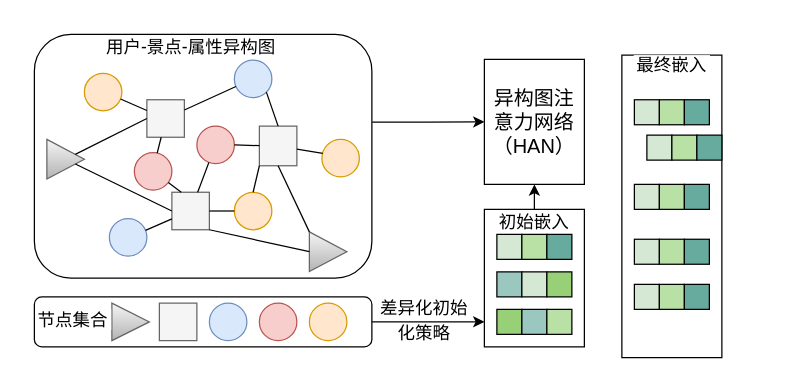
Before: 未命名绘图.drawio in BigHenryLee/LA, a draw.io diagram. Source tidied: cells renumbered, new cells numbered last; positions are measured from the earlier drawing's top-left corner, leaving out a move shared by most shapes. Both pictures are drawn from the tidied source at 125%, with x=0, y=0 at pixel (34, 34).
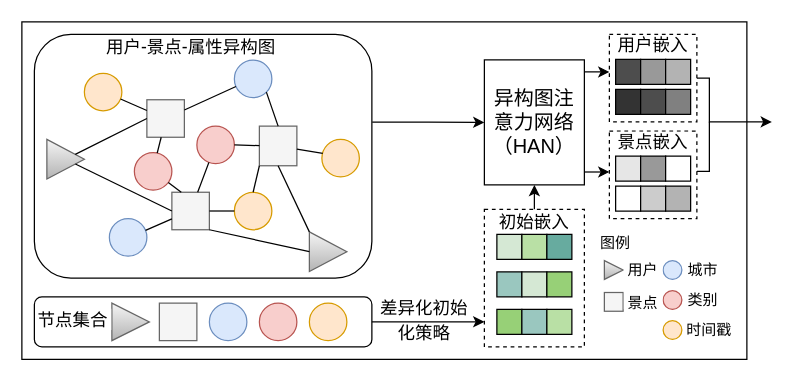
After the change.

Diff of the diagram source:
```diff
@@
+    <mxCell id="79" style="rounded=0;whiteSpace=wrap;html=1;" parent="1" vertex="1">
+      <mxGeometry x="-10" y="-10" width="580" height="270" as="geometry" />
+    </mxCell>
@@
+    <mxCell id="80" style="edgeStyle=orthogonalEdgeStyle;rounded=0;jettySize=auto;html=1;exitX=0.993;exitY=0.897;exitDx=0;exitDy=0;exitPerimeter=0;entryX=0;entryY=0.465;entryDx=0;entryDy=0;entryPerimeter=0;" parent="1" edge="1" source="4" target="89">
+      <mxGeometry relative="1" as="geometry" />
+    </mxCell>
+    <mxCell id="81" style="edgeStyle=orthogonalEdgeStyle;rounded=0;jettySize=auto;html=1;exitX=1;exitY=0.096;exitDx=0;exitDy=0;exitPerimeter=0;entryX=0;entryY=0.429;entryDx=0;entryDy=0;entryPerimeter=0;" parent="1" edge="1" source="4" target="107">
+      <mxGeometry relative="1" as="geometry" />
+    </mxCell>
     <mxCell id="4" style="rounded=0;whiteSpace=wrap;html=1;fontSize=15;" parent="1" vertex="1">
-      <mxGeometry x="360" y="20" width="80" height="100" as="geometry" />
+      <mxGeometry x="360" y="20.4" width="80" height="100" as="geometry" />
     </mxCell>
@@
-    <mxCell id="44" style="rounded=0;whiteSpace=wrap;html=1;" parent="1" vertex="1">
-      <mxGeometry x="470" y="16.6" width="80" height="242" as="geometry" />
-    </mxCell>
-    <mxCell id="45" style="rounded=0;whiteSpace=wrap;html=1;glass=0;shadow=0;" parent="1" vertex="1">
+    <mxCell id="45" style="rounded=0;whiteSpace=wrap;html=1;glass=0;shadow=0;dashed=1;" parent="1" vertex="1">
       <mxGeometry x="360" y="140" width="80" height="110" as="geometry" />
     </mxCell>
@@
-    <mxCell id="58" value="&lt;font face=&quot;宋体&quot; style=&quot;font-size: 14px;&quot;&gt;最终嵌入&lt;/font&gt;" style="rounded=0;whiteSpace=wrap;html=1;strokeColor=#FFFFFF;fontSize=16;" parent="1" vertex="1">
-      <mxGeometry x="480" y="17.1" width="60" height="14" as="geometry" />
-    </mxCell>
-    <mxCell id="59" style="group;" parent="1" vertex="1">
-      <mxGeometry x="480" y="52.3" width="60" height="20" as="geometry" />
-    </mxCell>
+    <mxCell id="82" value="&lt;font face=&quot;宋体&quot; style=&quot;font-size: 12px;&quot;&gt;图例&lt;/font&gt;" style="rounded=0;whiteSpace=wrap;html=1;strokeColor=#FFFFFF;fontSize=16;" parent="1" vertex="1">
+      <mxGeometry x="450" y="158" width="30" height="14" as="geometry" />
+    </mxCell>
+    <mxCell id="83" style="triangle;whiteSpace=wrap;html=1;fillColor=#f5f5f5;gradientColor=#b3b3b3;strokeColor=#666666;" parent="1" vertex="1">
+      <mxGeometry x="456" y="181" width="15" height="15" as="geometry" />
+    </mxCell>
+    <mxCell id="84" style="whiteSpace=wrap;html=1;fillColor=#f5f5f5;fontColor=#333333;strokeColor=#666666;" parent="1" vertex="1">
+      <mxGeometry x="456" y="206.5" width="15" height="15" as="geometry" />
+    </mxCell>
+    <mxCell id="85" style="ellipse;whiteSpace=wrap;html=1;fillColor=#dae8fc;strokeColor=#6c8ebf;" parent="1" vertex="1">
+      <mxGeometry x="503" y="181" width="15" height="15" as="geometry" />
+    </mxCell>
+    <mxCell id="86" style="ellipse;whiteSpace=wrap;html=1;fillColor=#f8cecc;strokeColor=#b85450;" parent="1" vertex="1">
+      <mxGeometry x="503" y="205" width="15" height="15" as="geometry" />
+    </mxCell>
+    <mxCell id="87" style="ellipse;whiteSpace=wrap;html=1;fillColor=#ffe6cc;strokeColor=#d79b00;" parent="1" vertex="1">
+      <mxGeometry x="503" y="229" width="15" height="15" as="geometry" />
+    </mxCell>
+    <mxCell id="88" style="group;" parent="1" vertex="1">
+      <mxGeometry x="460" y="77.4" width="70" height="70" as="geometry" />
+    </mxCell>
+    <mxCell id="89" style="rounded=0;whiteSpace=wrap;html=1;dashed=1;" parent="88" vertex="1">
+      <mxGeometry width="70" height="70" as="geometry" />
+    </mxCell>
+    <mxCell id="90" value="&lt;font face=&quot;宋体&quot; style=&quot;font-size: 14px;&quot;&gt;景点嵌入&lt;/font&gt;" style="rounded=0;whiteSpace=wrap;html=1;strokeColor=#FFFFFF;fontSize=16;" parent="88" vertex="1">
+      <mxGeometry x="5" y="1" width="60" height="14" as="geometry" />
+    </mxCell>
+    <mxCell id="91" style="group;" parent="88" vertex="1">
+      <mxGeometry x="5" y="20" width="60" height="20" as="geometry" />
+    </mxCell>
+    <mxCell id="92" style="rounded=0;whiteSpace=wrap;html=1;fillColor=#E6E6E6;strokeColor=#000000;" parent="91" vertex="1">
+      <mxGeometry width="20" height="20" as="geometry" />
+    </mxCell>
+    <mxCell id="93" style="rounded=0;whiteSpace=wrap;html=1;strokeColor=#000000;fillColor=#999999;" parent="91" vertex="1">
+      <mxGeometry x="20" width="20" height="20" as="geometry" />
+    </mxCell>
+    <mxCell id="94" style="rounded=0;whiteSpace=wrap;html=1;fillColor=#FFFFFF;" parent="91" vertex="1">
+      <mxGeometry x="40" width="20" height="20" as="geometry" />
+    </mxCell>
+    <mxCell id="95" style="group;" parent="88" vertex="1">
+      <mxGeometry x="5" y="44" width="60" height="20" as="geometry" />
+    </mxCell>
+    <mxCell id="96" style="rounded=0;whiteSpace=wrap;html=1;fillColor=#FFFFFF;strokeColor=#000000;" parent="95" vertex="1">
+      <mxGeometry width="20" height="20" as="geometry" />
+    </mxCell>
+    <mxCell id="97" style="rounded=0;whiteSpace=wrap;html=1;strokeColor=#000000;fillColor=#CCCCCC;" parent="95" vertex="1">
+      <mxGeometry x="20" width="20" height="20" as="geometry" />
+    </mxCell>
+    <mxCell id="98" style="rounded=0;whiteSpace=wrap;html=1;fillColor=#B3B3B3;" parent="95" vertex="1">
+      <mxGeometry x="40" width="20" height="20" as="geometry" />
+    </mxCell>
+    <mxCell id="99" value="&lt;font face=&quot;宋体&quot; style=&quot;font-size: 12px;&quot;&gt;用户&lt;/font&gt;" style="rounded=0;whiteSpace=wrap;html=1;strokeColor=#FFFFFF;fontSize=16;" parent="1" vertex="1">
+      <mxGeometry x="472" y="180" width="30" height="14" as="geometry" />
+    </mxCell>
+    <mxCell id="100" value="&lt;font face=&quot;宋体&quot; style=&quot;font-size: 12px;&quot;&gt;景点&lt;/font&gt;" style="rounded=0;whiteSpace=wrap;html=1;strokeColor=#FFFFFF;fontSize=16;" parent="1" vertex="1">
+      <mxGeometry x="472" y="205.5" width="30" height="14" as="geometry" />
+    </mxCell>
+    <mxCell id="101" value="&lt;font face=&quot;宋体&quot; style=&quot;font-size: 12px;&quot;&gt;城市&lt;/font&gt;" style="rounded=0;whiteSpace=wrap;html=1;strokeColor=#FFFFFF;fontSize=16;" parent="1" vertex="1">
+      <mxGeometry x="520" y="180" width="30" height="14" as="geometry" />
+    </mxCell>
+    <mxCell id="102" value="&lt;font face=&quot;宋体&quot; style=&quot;font-size: 12px;&quot;&gt;类别&lt;/font&gt;" style="rounded=0;whiteSpace=wrap;html=1;strokeColor=#FFFFFF;fontSize=16;" parent="1" vertex="1">
+      <mxGeometry x="520" y="204" width="30" height="14" as="geometry" />
+    </mxCell>
+    <mxCell id="103" value="&lt;font face=&quot;宋体&quot; style=&quot;font-size: 12px;&quot;&gt;时间戳&lt;/font&gt;" style="rounded=0;whiteSpace=wrap;html=1;strokeColor=#FFFFFF;fontSize=16;" parent="1" vertex="1">
+      <mxGeometry x="520" y="228" width="40" height="14" as="geometry" />
+    </mxCell>
+    <mxCell id="104" style="line;strokeWidth=1;html=1;" parent="1" vertex="1">
+      <mxGeometry x="530" y="104.6" width="10" height="10" as="geometry" />
+    </mxCell>
+    <mxCell id="105" style="line;strokeWidth=1;direction=south;html=1;" parent="1" vertex="1">
+      <mxGeometry x="535" y="69.9" width="10" height="40.1" as="geometry" />
+    </mxCell>
+    <mxCell id="106" style="edgeStyle=orthogonalEdgeStyle;rounded=0;jettySize=auto;html=1;exitX=1;exitY=0.5;exitDx=0;exitDy=0;endArrow=classic;startFill=0;endFill=1;" parent="1" edge="1" source="107">
+      <mxGeometry relative="1" as="geometry">
+        <mxPoint x="590" y="70" as="targetPoint" />
+        <Array as="points">
+          <mxPoint x="540" y="35" />
+          <mxPoint x="540" y="70" />
+        </Array>
+      </mxGeometry>
+    </mxCell>
+    <mxCell id="107" style="rounded=0;whiteSpace=wrap;html=1;dashed=1;" parent="1" vertex="1">
+      <mxGeometry x="460" width="70" height="70" as="geometry" />
+    </mxCell>
+    <mxCell id="108" value="&lt;font face=&quot;宋体&quot; style=&quot;font-size: 14px;&quot;&gt;用户嵌入&lt;/font&gt;" style="rounded=0;whiteSpace=wrap;html=1;strokeColor=#FFFFFF;fontSize=16;" parent="1" vertex="1">
+      <mxGeometry x="465" y="1" width="60" height="14" as="geometry" />
+    </mxCell>
+    <mxCell id="109" style="group;" parent="1" vertex="1">
+      <mxGeometry x="465" y="20" width="60" height="20" as="geometry" />
+    </mxCell>
-    <mxCell id="60" style="rounded=0;whiteSpace=wrap;html=1;fillColor=#d5e8d4;strokeColor=#000000;" parent="59" vertex="1">
+    <mxCell id="60" style="rounded=0;whiteSpace=wrap;html=1;fillColor=#4D4D4D;strokeColor=#000000;" parent="109" vertex="1">
       <mxGeometry width="20" height="20" as="geometry" />
     </mxCell>
-    <mxCell id="61" style="rounded=0;whiteSpace=wrap;html=1;strokeColor=#000000;fillColor=#B9E0A5;" parent="59" vertex="1">
+    <mxCell id="61" style="rounded=0;whiteSpace=wrap;html=1;strokeColor=#000000;fillColor=#999999;" parent="109" vertex="1">
       <mxGeometry x="20" width="20" height="20" as="geometry" />
     </mxCell>
-    <mxCell id="62" style="rounded=0;whiteSpace=wrap;html=1;fillColor=#67AB9F;" parent="59" vertex="1">
+    <mxCell id="62" style="rounded=0;whiteSpace=wrap;html=1;fillColor=#B3B3B3;" parent="109" vertex="1">
       <mxGeometry x="40" width="20" height="20" as="geometry" />
     </mxCell>
     <mxCell id="63" style="group;" parent="1" vertex="1">
-      <mxGeometry x="490" y="80.6" width="60" height="20" as="geometry" />
+      <mxGeometry x="465" y="44" width="60" height="20" as="geometry" />
     </mxCell>
-    <mxCell id="64" style="rounded=0;whiteSpace=wrap;html=1;fillColor=#d5e8d4;strokeColor=#000000;" parent="63" vertex="1">
+    <mxCell id="64" style="rounded=0;whiteSpace=wrap;html=1;fillColor=#333333;strokeColor=#000000;" parent="63" vertex="1">
       <mxGeometry width="20" height="20" as="geometry" />
     </mxCell>
-    <mxCell id="65" style="rounded=0;whiteSpace=wrap;html=1;strokeColor=#000000;fillColor=#B9E0A5;" parent="63" vertex="1">
+    <mxCell id="65" style="rounded=0;whiteSpace=wrap;html=1;strokeColor=#000000;fillColor=#4D4D4D;" parent="63" vertex="1">
       <mxGeometry x="20" width="20" height="20" as="geometry" />
     </mxCell>
-    <mxCell id="66" style="rounded=0;whiteSpace=wrap;html=1;fillColor=#67AB9F;" parent="63" vertex="1">
+    <mxCell id="66" style="rounded=0;whiteSpace=wrap;html=1;fillColor=#808080;" parent="63" vertex="1">
       <mxGeometry x="40" width="20" height="20" as="geometry" />
     </mxCell>
-    <mxCell id="67" style="group;" parent="1" vertex="1">
-      <mxGeometry x="480" y="120" width="60" height="20" as="geometry" />
-    </mxCell>
-    <mxCell id="68" style="rounded=0;whiteSpace=wrap;html=1;fillColor=#d5e8d4;strokeColor=#000000;" parent="67" vertex="1">
-      <mxGeometry width="20" height="20" as="geometry" />
-    </mxCell>
-    <mxCell id="69" style="rounded=0;whiteSpace=wrap;html=1;strokeColor=#000000;fillColor=#B9E0A5;" parent="67" vertex="1">
-      <mxGeometry x="20" width="20" height="20" as="geometry" />
-    </mxCell>
-    <mxCell id="70" style="rounded=0;whiteSpace=wrap;html=1;fillColor=#67AB9F;" parent="67" vertex="1">
-      <mxGeometry x="40" width="20" height="20" as="geometry" />
-    </mxCell>
-    <mxCell id="71" style="group;" parent="1" vertex="1">
-      <mxGeometry x="480" y="163.9" width="60" height="20" as="geometry" />
-    </mxCell>
-    <mxCell id="72" style="rounded=0;whiteSpace=wrap;html=1;fillColor=#d5e8d4;strokeColor=#000000;" parent="71" vertex="1">
-      <mxGeometry width="20" height="20" as="geometry" />
-    </mxCell>
-    <mxCell id="73" style="rounded=0;whiteSpace=wrap;html=1;strokeColor=#000000;fillColor=#B9E0A5;" parent="71" vertex="1">
-      <mxGeometry x="20" width="20" height="20" as="geometry" />
-    </mxCell>
-    <mxCell id="74" style="rounded=0;whiteSpace=wrap;html=1;fillColor=#67AB9F;" parent="71" vertex="1">
-      <mxGeometry x="40" width="20" height="20" as="geometry" />
-    </mxCell>
-    <mxCell id="75" style="group;" parent="1" vertex="1">
-      <mxGeometry x="480" y="200" width="60" height="20" as="geometry" />
-    </mxCell>
-    <mxCell id="76" style="rounded=0;whiteSpace=wrap;html=1;fillColor=#d5e8d4;strokeColor=#000000;" parent="75" vertex="1">
-      <mxGeometry width="20" height="20" as="geometry" />
-    </mxCell>
-    <mxCell id="77" style="rounded=0;whiteSpace=wrap;html=1;strokeColor=#000000;fillColor=#B9E0A5;" parent="75" vertex="1">
-      <mxGeometry x="20" width="20" height="20" as="geometry" />
-    </mxCell>
-    <mxCell id="78" style="rounded=0;whiteSpace=wrap;html=1;fillColor=#67AB9F;" parent="75" vertex="1">
-      <mxGeometry x="40" width="20" height="20" as="geometry" />
-    </mxCell>
```
